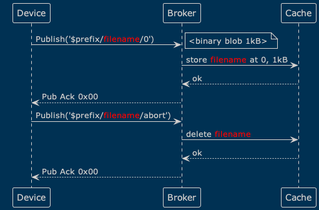
Earlier version of the PlantUML export active/0021-assets/flow-abort.png (emqx/eip). Its diagram source:
```plantuml
@startuml
!theme blueprint
Device -> Broker: Publish('$prefix/<color red>filename</color>/0')
note right
<binary blob 1kB>
end note
Broker -> Cache: store <color red>filename</color> at 0, 1kB
Cache --> Broker: ok
Broker --> Device: Pub Ack 0x00
Device -> Broker: Publish('$prefix/<color red>filename</color>/abort')
Broker -> Cache: delete <color red>filename</color>
Cache --> Broker: ok
Broker --> Device: Pub Ack 0x00
@enduml
```
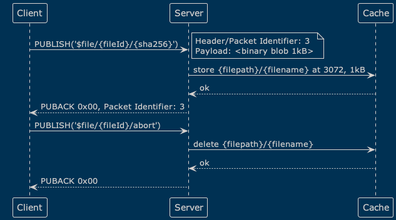
After the commit.

Change to the diagram source:
```diff
@@ -1,14 +1,15 @@
 @startuml
 !theme blueprint
-Device -> Broker: Publish('$prefix/<color red>filename</color>/0')
+Client -> Server: PUBLISH('$file/{fileId}/{sha256}')
 note right
-<binary blob 1kB>
+Header/Packet Identifier: 3
+Payload: <binary blob 1kB>
 end note
-Broker -> Cache: store <color red>filename</color> at 0, 1kB
-Cache --> Broker: ok
-Broker --> Device: Pub Ack 0x00
-Device -> Broker: Publish('$prefix/<color red>filename</color>/abort')
-Broker -> Cache: delete <color red>filename</color>
-Cache --> Broker: ok
-Broker --> Device: Pub Ack 0x00
+Server -> Cache: store {filepath}/{filename} at 3072, 1kB
+Cache --> Server: ok
+Server --> Client: PUBACK 0x00, Packet Identifier: 3
+Client -> Server: PUBLISH('$file/{fileId}/abort')
+Server -> Cache: delete {filepath}/{filename}
+Cache --> Server: ok
+Server --> Client: PUBACK 0x00
 @enduml
```
